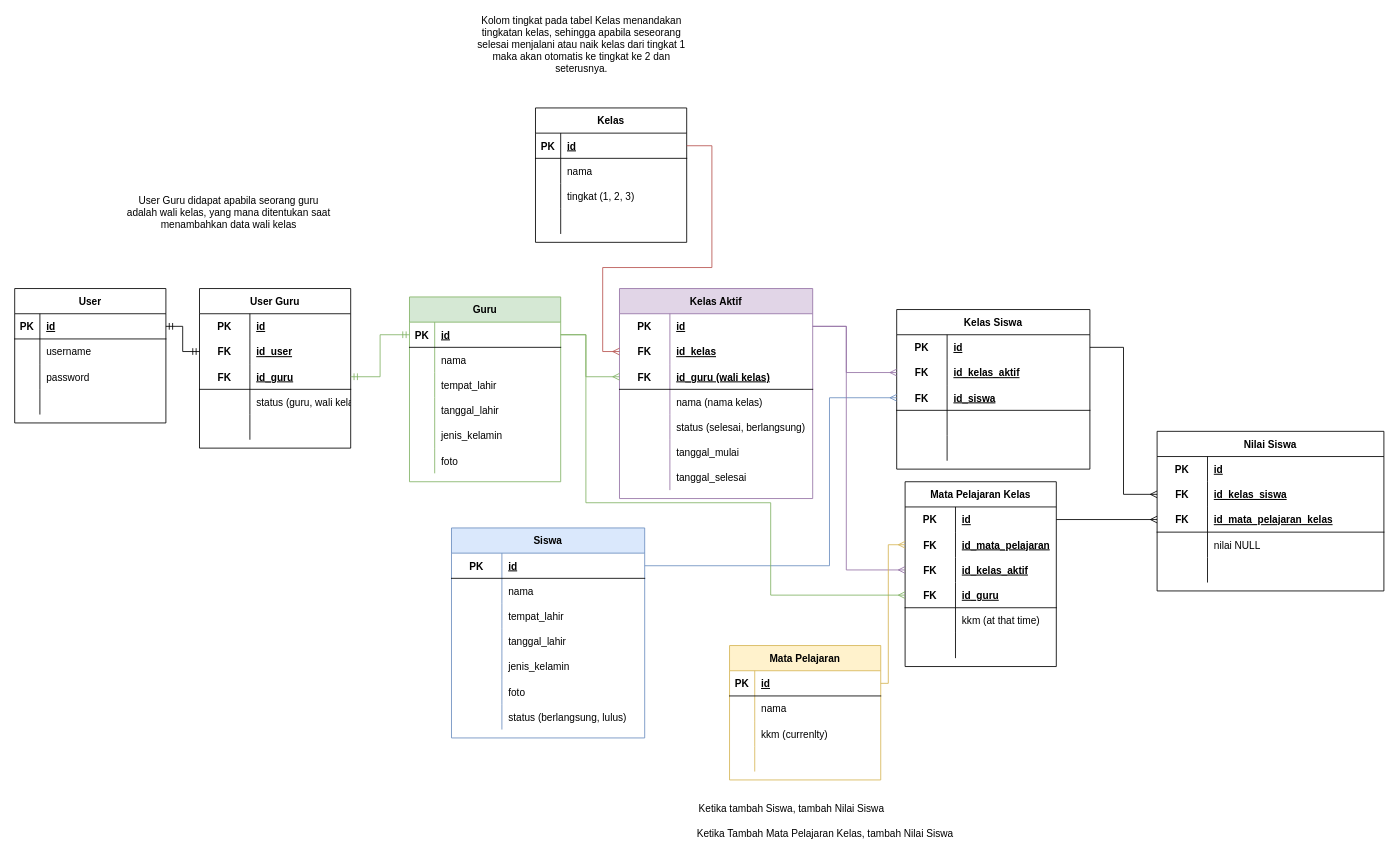
Before: page "Develop" (2 of 2) of db/Database Schema.drawio in yafizh/e-rapot, a draw.io diagram. Source tidied: cells renumbered, new cells numbered last; positions are measured from the earlier drawing's top-left corner, leaving out a move shared by most shapes. Both pictures are drawn from the tidied source at 84%, with x=0, y=0 at pixel (14, 32).
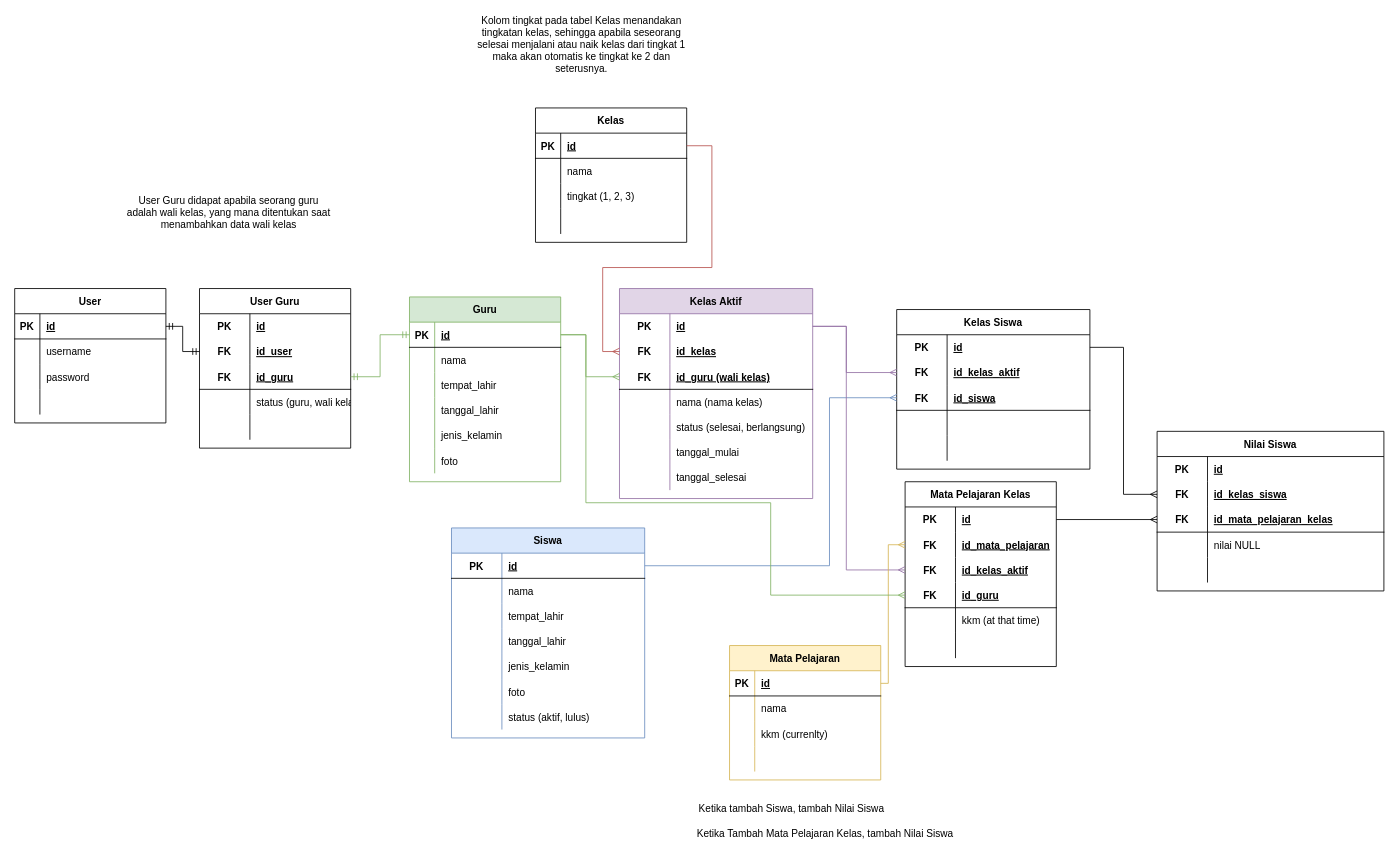
The same page after the edit.

Unchanged cells that the change refers to:
```xml
<mxCell id="114" style="shape=tableRow;horizontal=0;startSize=0;swimlaneHead=0;swimlaneBody=0;fillColor=none;top=0;left=0;right=0;bottom=0;" parent="95" vertex="1">
  <mxGeometry y="210" width="230" height="30" as="geometry" />
</mxCell>
```

Diff of the diagram source:
```diff
@@
-    <mxCell id="116" value="status (berlangsung, lulus)" style="shape=partialRectangle;fillColor=none;top=0;left=0;bottom=0;right=0;align=left;spacingLeft=6;overflow=hidden;" parent="114" vertex="1">
+    <mxCell id="116" value="status (aktif, lulus)" style="shape=partialRectangle;fillColor=none;top=0;left=0;bottom=0;right=0;align=left;spacingLeft=6;overflow=hidden;" parent="114" vertex="1">
       <mxGeometry x="60" width="170" height="30" as="geometry" />
     </mxCell>
```
